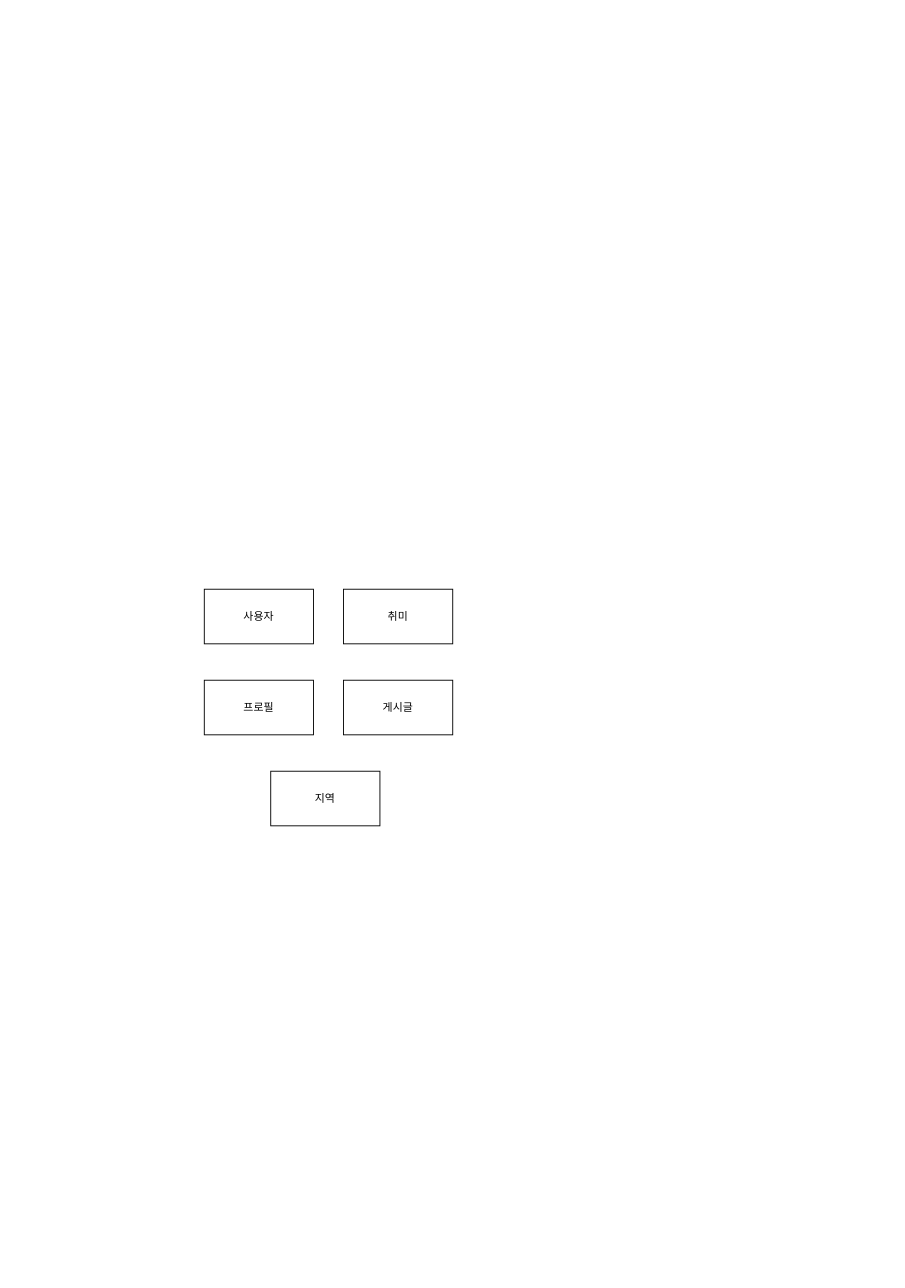
vanillacake369/hobby-bungae keeps this draw.io diagram as hobby-bungaue.drawio. Above is the earlier version. Source tidied: cells renumbered, new cells numbered last; positions are measured from the earlier drawing's top-left corner, leaving out a move shared by most shapes. Both pictures are drawn from the tidied source at 91%, with x=0, y=0 at pixel (204, 589).
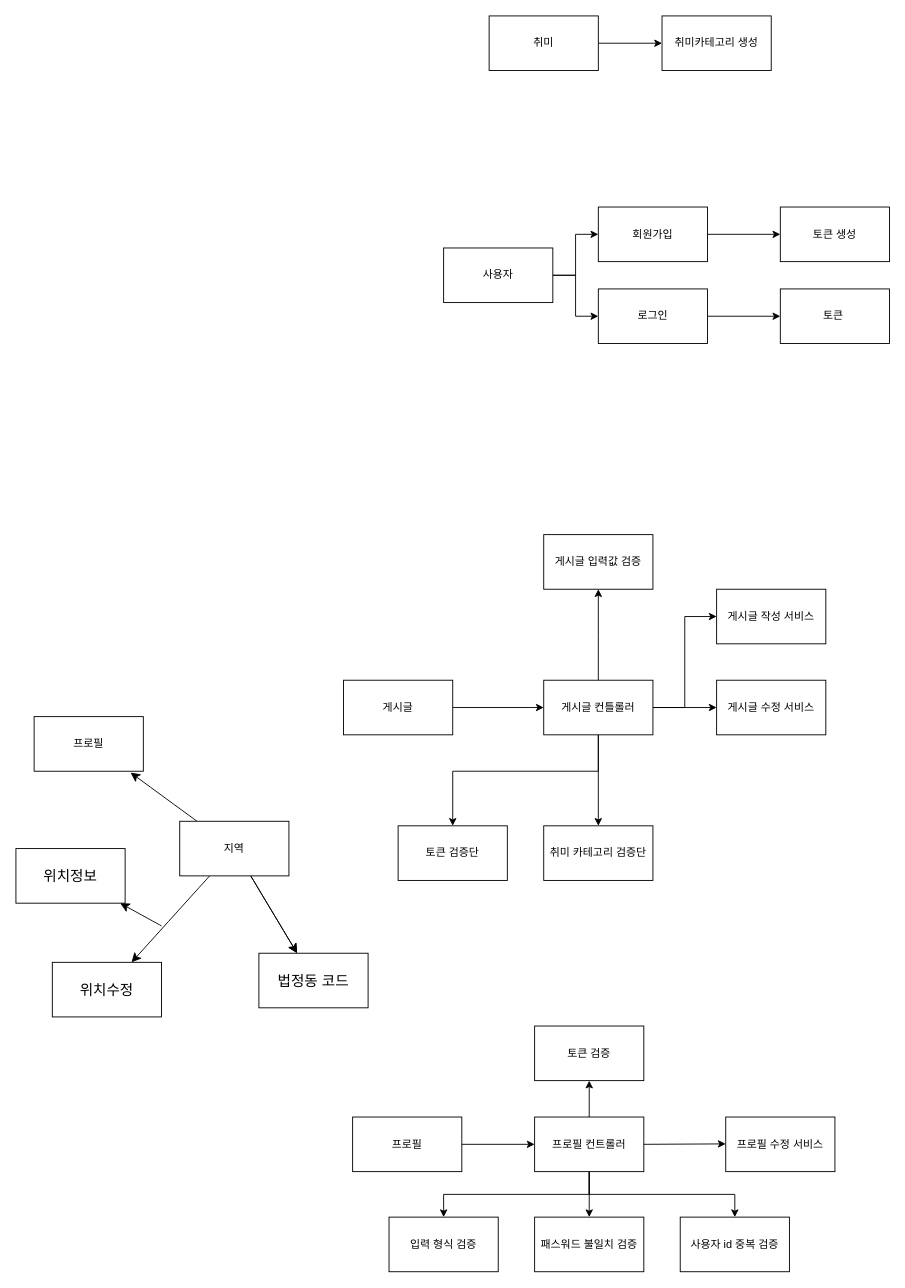
After the change.

The edit, as a diff of the source:
```diff
@@
+    <mxCell id="4" value="프로필" style="rounded=0;whiteSpace=wrap;html=1;" parent="1" vertex="1">
+      <mxGeometry x="-187" y="140" width="120" height="60" as="geometry" />
+    </mxCell>
+    <mxCell id="7" style="edgeStyle=orthogonalEdgeStyle;rounded=0;jettySize=auto;html=1;" parent="1" edge="1" source="5" target="17">
+      <mxGeometry relative="1" as="geometry" />
+    </mxCell>
+    <mxCell id="5" value="게시글" style="rounded=0;whiteSpace=wrap;html=1;" parent="1" vertex="1">
+      <mxGeometry x="153" y="100" width="120" height="60" as="geometry" />
+    </mxCell>
+    <mxCell id="8" style="edgeStyle=none;curved=1;rounded=0;jettySize=auto;html=1;fontSize=12;startSize=8;endSize=8;" parent="1" edge="1" source="6" target="33">
+      <mxGeometry relative="1" as="geometry" />
+    </mxCell>
+    <mxCell id="9" style="edgeStyle=none;curved=1;rounded=0;jettySize=auto;html=1;fontSize=12;startSize=8;endSize=8;entryX=0.883;entryY=1.025;entryDx=0;entryDy=0;entryPerimeter=0;" parent="1" edge="1" source="6" target="4">
+      <mxGeometry relative="1" as="geometry" />
+    </mxCell>
+    <mxCell id="10" style="edgeStyle=none;curved=1;rounded=0;jettySize=auto;html=1;fontSize=12;startSize=8;endSize=8;" parent="1" edge="1" source="6" target="33">
+      <mxGeometry relative="1" as="geometry" />
+    </mxCell>
+    <mxCell id="11" style="edgeStyle=none;curved=1;rounded=0;jettySize=auto;html=1;fontSize=12;startSize=8;endSize=8;" parent="1" edge="1" source="6" target="35">
+      <mxGeometry relative="1" as="geometry" />
+    </mxCell>
+    <mxCell id="6" value="지역" style="rounded=0;whiteSpace=wrap;html=1;" parent="1" vertex="1">
+      <mxGeometry x="-27" y="255" width="120" height="60" as="geometry" />
+    </mxCell>
+    <mxCell id="12" style="edgeStyle=orthogonalEdgeStyle;rounded=0;jettySize=auto;html=1;entryX=0;entryY=0.5;entryDx=0;entryDy=0;" parent="1" edge="1" source="17" target="18">
+      <mxGeometry relative="1" as="geometry" />
+    </mxCell>
+    <mxCell id="13" style="edgeStyle=orthogonalEdgeStyle;rounded=0;jettySize=auto;html=1;" parent="1" edge="1" source="17" target="19">
+      <mxGeometry relative="1" as="geometry" />
+    </mxCell>
+    <mxCell id="14" style="edgeStyle=orthogonalEdgeStyle;rounded=0;jettySize=auto;html=1;" parent="1" edge="1" source="17">
+      <mxGeometry relative="1" as="geometry">
+        <mxPoint x="433" as="targetPoint" />
+      </mxGeometry>
+    </mxCell>
+    <mxCell id="15" style="edgeStyle=orthogonalEdgeStyle;rounded=0;jettySize=auto;html=1;" parent="1" edge="1" source="17" target="21">
+      <mxGeometry relative="1" as="geometry" />
+    </mxCell>
+    <mxCell id="16" style="edgeStyle=orthogonalEdgeStyle;rounded=0;jettySize=auto;html=1;" parent="1" edge="1" source="17" target="22">
+      <mxGeometry relative="1" as="geometry">
+        <Array as="points">
+          <mxPoint x="433" y="200" />
+          <mxPoint x="273" y="200" />
+        </Array>
+      </mxGeometry>
+    </mxCell>
+    <mxCell id="17" value="게시글 컨틀롤러" style="rounded=0;whiteSpace=wrap;html=1;" parent="1" vertex="1">
+      <mxGeometry x="373" y="100" width="120" height="60" as="geometry" />
+    </mxCell>
+    <mxCell id="18" value="게시글 작성 서비스" style="rounded=0;whiteSpace=wrap;html=1;" parent="1" vertex="1">
+      <mxGeometry x="563" width="120" height="60" as="geometry" />
+    </mxCell>
+    <mxCell id="19" value="게시글 수정 서비스" style="rounded=0;whiteSpace=wrap;html=1;" parent="1" vertex="1">
+      <mxGeometry x="563" y="100" width="120" height="60" as="geometry" />
+    </mxCell>
+    <mxCell id="20" value="게시글 입력값 검증" style="rounded=0;whiteSpace=wrap;html=1;" parent="1" vertex="1">
+      <mxGeometry x="373" y="-60" width="120" height="60" as="geometry" />
+    </mxCell>
+    <mxCell id="21" value="취미 카테고리 검증단" style="rounded=0;whiteSpace=wrap;html=1;" parent="1" vertex="1">
+      <mxGeometry x="373" y="260" width="120" height="60" as="geometry" />
+    </mxCell>
+    <mxCell id="22" value="토큰 검증단" style="rounded=0;whiteSpace=wrap;html=1;" parent="1" vertex="1">
+      <mxGeometry x="213" y="260" width="120" height="60" as="geometry" />
+    </mxCell>
+    <mxCell id="23" style="edgeStyle=orthogonalEdgeStyle;rounded=0;jettySize=auto;html=1;exitX=1;exitY=0.5;exitDx=0;exitDy=0;entryX=0;entryY=0.5;entryDx=0;entryDy=0;" parent="1" edge="1" source="2" target="27">
+      <mxGeometry relative="1" as="geometry" />
+    </mxCell>
+    <mxCell id="24" style="edgeStyle=orthogonalEdgeStyle;rounded=0;jettySize=auto;html=1;exitX=1;exitY=0.5;exitDx=0;exitDy=0;entryX=0;entryY=0.5;entryDx=0;entryDy=0;" parent="1" edge="1" source="2" target="30">
+      <mxGeometry relative="1" as="geometry" />
+    </mxCell>
     <mxCell id="2" value="사용자" style="rounded=0;whiteSpace=wrap;html=1;" parent="1" vertex="1">
-      <mxGeometry width="120" height="60" as="geometry" />
+      <mxGeometry x="263" y="-375" width="120" height="60" as="geometry" />
     </mxCell>
+    <mxCell id="25" style="edgeStyle=orthogonalEdgeStyle;rounded=0;jettySize=auto;html=1;" parent="1" edge="1" source="3" target="28">
+      <mxGeometry relative="1" as="geometry" />
+    </mxCell>
     <mxCell id="3" value="취미" style="rounded=0;whiteSpace=wrap;html=1;" parent="1" vertex="1">
-      <mxGeometry x="153" width="120" height="60" as="geometry" />
+      <mxGeometry x="313" y="-630" width="120" height="60" as="geometry" />
     </mxCell>
-    <mxCell id="4" value="프로필" style="rounded=0;whiteSpace=wrap;html=1;" parent="1" vertex="1">
-      <mxGeometry y="100" width="120" height="60" as="geometry" />
-    </mxCell>
-    <mxCell id="5" value="게시글" style="rounded=0;whiteSpace=wrap;html=1;" parent="1" vertex="1">
-      <mxGeometry x="153" y="100" width="120" height="60" as="geometry" />
-    </mxCell>
-    <mxCell id="6" value="지역" style="rounded=0;whiteSpace=wrap;html=1;" parent="1" vertex="1">
-      <mxGeometry x="73" y="200" width="120" height="60" as="geometry" />
-    </mxCell>
+    <mxCell id="26" style="edgeStyle=orthogonalEdgeStyle;rounded=0;jettySize=auto;html=1;" parent="1" edge="1" source="27" target="31">
+      <mxGeometry relative="1" as="geometry" />
+    </mxCell>
+    <mxCell id="27" value="회원가입" style="rounded=0;whiteSpace=wrap;html=1;" parent="1" vertex="1">
+      <mxGeometry x="433" y="-420" width="120" height="60" as="geometry" />
+    </mxCell>
+    <mxCell id="28" value="취미카테고리 생성" style="rounded=0;whiteSpace=wrap;html=1;" parent="1" vertex="1">
+      <mxGeometry x="503" y="-630" width="120" height="60" as="geometry" />
+    </mxCell>
+    <mxCell id="29" style="edgeStyle=orthogonalEdgeStyle;rounded=0;jettySize=auto;html=1;" parent="1" edge="1" source="30" target="32">
+      <mxGeometry relative="1" as="geometry" />
+    </mxCell>
+    <mxCell id="30" value="로그인" style="rounded=0;whiteSpace=wrap;html=1;" parent="1" vertex="1">
+      <mxGeometry x="433" y="-330" width="120" height="60" as="geometry" />
+    </mxCell>
+    <mxCell id="31" value="토큰 생성" style="rounded=0;whiteSpace=wrap;html=1;" parent="1" vertex="1">
+      <mxGeometry x="633" y="-420" width="120" height="60" as="geometry" />
+    </mxCell>
+    <mxCell id="32" value="토큰&amp;nbsp;" style="rounded=0;whiteSpace=wrap;html=1;" parent="1" vertex="1">
+      <mxGeometry x="633" y="-330" width="120" height="60" as="geometry" />
+    </mxCell>
+    <mxCell id="33" value="법정동 코드" style="rounded=0;whiteSpace=wrap;html=1;fontSize=16;" parent="1" vertex="1">
+      <mxGeometry x="60" y="400" width="120" height="60" as="geometry" />
+    </mxCell>
+    <mxCell id="34" style="edgeStyle=none;curved=1;rounded=0;jettySize=auto;html=1;fontSize=12;startSize=8;endSize=8;" parent="1" edge="1" target="36">
+      <mxGeometry relative="1" as="geometry">
+        <mxPoint x="-47" y="370" as="sourcePoint" />
+      </mxGeometry>
+    </mxCell>
+    <mxCell id="35" value="위치수정" style="rounded=0;whiteSpace=wrap;html=1;fontSize=16;" parent="1" vertex="1">
+      <mxGeometry x="-167" y="410" width="120" height="60" as="geometry" />
+    </mxCell>
+    <mxCell id="36" value="위치정보" style="whiteSpace=wrap;html=1;fontSize=16;rounded=0;" parent="1" vertex="1">
+      <mxGeometry x="-207" y="285" width="120" height="60" as="geometry" />
+    </mxCell>
+    <mxCell id="37" value="프로필" style="rounded=0;whiteSpace=wrap;html=1;" parent="1" vertex="1">
+      <mxGeometry x="163" y="580" width="120" height="60" as="geometry" />
+    </mxCell>
+    <mxCell id="38" style="edgeStyle=orthogonalEdgeStyle;rounded=0;jettySize=auto;html=1;exitX=0.5;exitY=1;exitDx=0;exitDy=0;entryX=0.5;entryY=0;entryDx=0;entryDy=0;" parent="1" edge="1" source="42" target="47">
+      <mxGeometry relative="1" as="geometry" />
+    </mxCell>
+    <mxCell id="39" style="edgeStyle=orthogonalEdgeStyle;rounded=0;jettySize=auto;html=1;exitX=0.5;exitY=1;exitDx=0;exitDy=0;entryX=0.5;entryY=0;entryDx=0;entryDy=0;" parent="1" edge="1" source="42" target="48">
+      <mxGeometry relative="1" as="geometry" />
+    </mxCell>
+    <mxCell id="40" style="edgeStyle=orthogonalEdgeStyle;rounded=0;jettySize=auto;html=1;exitX=0.5;exitY=1;exitDx=0;exitDy=0;entryX=0.5;entryY=0;entryDx=0;entryDy=0;" parent="1" edge="1" source="42" target="46">
+      <mxGeometry relative="1" as="geometry" />
+    </mxCell>
+    <mxCell id="41" style="edgeStyle=orthogonalEdgeStyle;rounded=0;jettySize=auto;html=1;exitX=0.5;exitY=0;exitDx=0;exitDy=0;entryX=0.5;entryY=1;entryDx=0;entryDy=0;" parent="1" edge="1" source="42" target="49">
+      <mxGeometry relative="1" as="geometry" />
+    </mxCell>
+    <mxCell id="42" value="프로필 컨트롤러" style="rounded=0;whiteSpace=wrap;html=1;" parent="1" vertex="1">
+      <mxGeometry x="363" y="580" width="120" height="60" as="geometry" />
+    </mxCell>
+    <mxCell id="43" value="프로필 수정 서비스" style="rounded=0;whiteSpace=wrap;html=1;" parent="1" vertex="1">
+      <mxGeometry x="573" y="580" width="120" height="60" as="geometry" />
+    </mxCell>
+    <mxCell id="44" style="endArrow=classic;html=1;rounded=0;exitX=1;exitY=0.5;exitDx=0;exitDy=0;entryX=0;entryY=0.5;entryDx=0;entryDy=0;" parent="1" edge="1" target="42">
+      <mxGeometry relative="1" as="geometry">
+        <mxPoint x="283" y="610" as="sourcePoint" />
+      </mxGeometry>
+    </mxCell>
+    <mxCell id="45" style="endArrow=classic;html=1;rounded=0;exitX=1;exitY=0.5;exitDx=0;exitDy=0;entryX=0;entryY=0.5;entryDx=0;entryDy=0;" parent="1" edge="1" source="42">
+      <mxGeometry relative="1" as="geometry">
+        <mxPoint x="573" y="609.5" as="targetPoint" />
+      </mxGeometry>
+    </mxCell>
+    <mxCell id="46" value="입력 형식 검증" style="rounded=0;whiteSpace=wrap;html=1;" parent="1" vertex="1">
+      <mxGeometry x="203" y="690" width="120" height="60" as="geometry" />
+    </mxCell>
+    <mxCell id="47" value="패스워드 불일치 검증" style="rounded=0;whiteSpace=wrap;html=1;" parent="1" vertex="1">
+      <mxGeometry x="363" y="690" width="120" height="60" as="geometry" />
+    </mxCell>
+    <mxCell id="48" value="사용자 id 중복 검증" style="rounded=0;whiteSpace=wrap;html=1;" parent="1" vertex="1">
+      <mxGeometry x="523" y="690" width="120" height="60" as="geometry" />
+    </mxCell>
+    <mxCell id="49" value="토큰 검증" style="rounded=0;whiteSpace=wrap;html=1;" parent="1" vertex="1">
+      <mxGeometry x="363" y="480" width="120" height="60" as="geometry" />
+    </mxCell>
```
